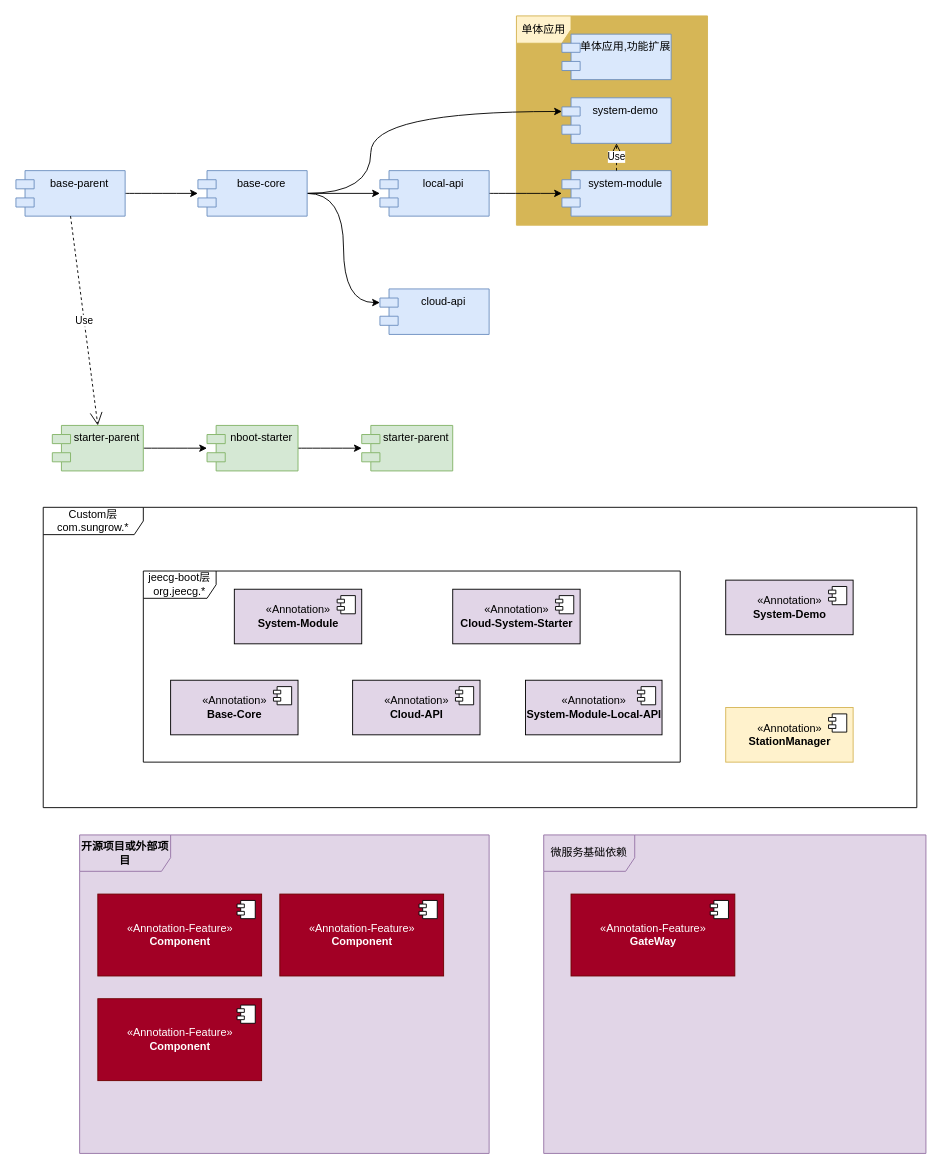
Earlier version of the draw.io diagram page "Page-1" (1 of 2) of ddd.drawio (gg2herry/drawio). Source tidied: cells renumbered, new cells numbered last; positions are measured from the earlier drawing's top-left corner, leaving out a move shared by most shapes. Both pictures are drawn from the tidied source at 91%, with x=0, y=0 at pixel (15, 15).
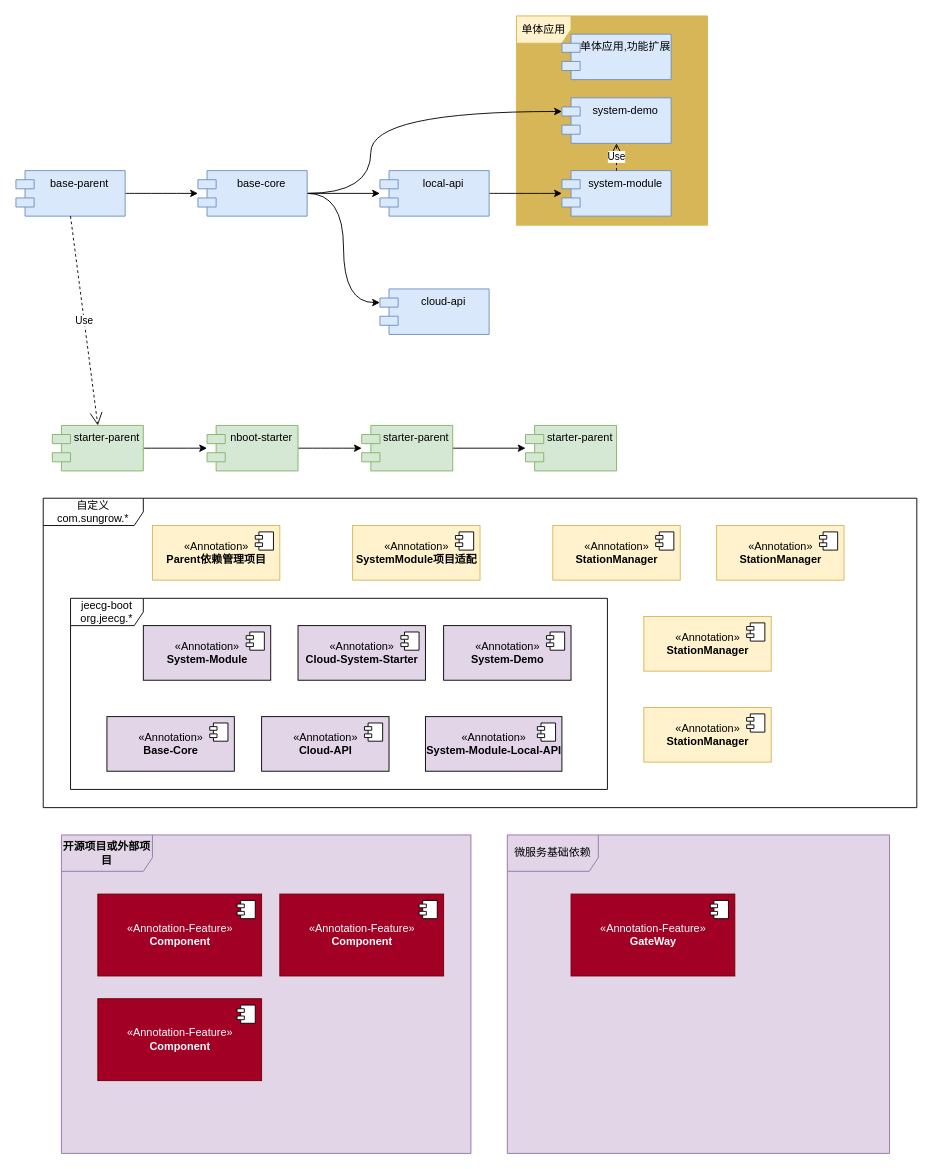
The same page after the edit.

The change refers to these unchanged cells:
```xml
<mxCell id="23" value="starter-parent" style="shape=module;align=left;spacingLeft=20;align=center;verticalAlign=top;shadow=0;fillColor=#d5e8d4;strokeColor=#82b366;" parent="1" vertex="1">
  <mxGeometry x="380" y="450" width="100" height="50" as="geometry" />
</mxCell>
```

The edit, as a diff of the source:
```diff
@@
     <mxCell id="2" value="&lt;b&gt;开源项目或外部项目&lt;/b&gt;" style="shape=umlFrame;whiteSpace=wrap;html=1;shadow=0;strokeColor=#9673a6;swimlaneFillColor=#E1D5E7;fillColor=#E1D5E7;width=100;height=40;" parent="1" vertex="1">
-      <mxGeometry x="70" y="900" width="450" height="350" as="geometry" />
+      <mxGeometry x="50" y="900" width="450" height="350" as="geometry" />
     </mxCell>
-    <mxCell id="3" value="Custom层&lt;br&gt;com.sungrow.*" style="shape=umlFrame;whiteSpace=wrap;html=1;width=110;height=30;" parent="1" vertex="1">
-      <mxGeometry x="30" y="540" width="960" height="330" as="geometry" />
+    <mxCell id="3" value="自定义com.sungrow.*" style="shape=umlFrame;whiteSpace=wrap;html=1;width=110;height=30;" parent="1" vertex="1">
+      <mxGeometry x="30" y="530" width="960" height="340" as="geometry" />
     </mxCell>
-    <mxCell id="4" value="jeecg-boot层&lt;br&gt;org.jeecg.*" style="shape=umlFrame;whiteSpace=wrap;html=1;width=80;height=30;" parent="1" vertex="1">
-      <mxGeometry x="140" y="610" width="590" height="210" as="geometry" />
+    <mxCell id="4" value="jeecg-boot&lt;br&gt;org.jeecg.*" style="shape=umlFrame;whiteSpace=wrap;html=1;width=80;height=30;" parent="1" vertex="1">
+      <mxGeometry x="60" y="640" width="590" height="210" as="geometry" />
     </mxCell>
@@
+    <mxCell id="48" style="edgeStyle=orthogonalEdgeStyle;rounded=0;jettySize=auto;html=1;" parent="1" edge="1" source="23" target="59">
+      <mxGeometry relative="1" as="geometry" />
+    </mxCell>
@@
     <mxCell id="25" value="«Annotation»&lt;br&gt;&lt;b&gt;System-Module&lt;/b&gt;" style="html=1;shadow=0;fillColor=#E1D5E7;gradientColor=none;" parent="1" vertex="1">
-      <mxGeometry x="240" y="630" width="140" height="60" as="geometry" />
+      <mxGeometry x="140" y="670" width="140" height="60" as="geometry" />
     </mxCell>
@@
     <mxCell id="33" value="微服务基础依赖" style="shape=umlFrame;whiteSpace=wrap;html=1;shadow=0;strokeColor=#9673a6;swimlaneFillColor=#E1D5E7;fillColor=#E1D5E7;width=100;height=40;" parent="1" vertex="1">
-      <mxGeometry x="580" y="900" width="420" height="350" as="geometry" />
+      <mxGeometry x="540" y="900" width="420" height="350" as="geometry" />
     </mxCell>
     <mxCell id="34" value="«Annotation»&lt;br&gt;&lt;b&gt;Base-Core&lt;/b&gt;" style="html=1;shadow=0;fillColor=#E1D5E7;gradientColor=none;" parent="1" vertex="1">
-      <mxGeometry x="170" y="730" width="140" height="60" as="geometry" />
+      <mxGeometry x="100" y="770" width="140" height="60" as="geometry" />
     </mxCell>
@@
     <mxCell id="36" value="«Annotation»&lt;br&gt;&lt;b&gt;Cloud-API&lt;/b&gt;" style="html=1;shadow=0;fillColor=#E1D5E7;gradientColor=none;" parent="1" vertex="1">
-      <mxGeometry x="370" y="730" width="140" height="60" as="geometry" />
+      <mxGeometry x="270" y="770" width="140" height="60" as="geometry" />
     </mxCell>
@@
     <mxCell id="38" value="«Annotation»&lt;br&gt;&lt;b&gt;System-Module-Local-API&lt;/b&gt;" style="html=1;shadow=0;fillColor=#E1D5E7;gradientColor=none;" parent="1" vertex="1">
-      <mxGeometry x="560" y="730" width="150" height="60" as="geometry" />
+      <mxGeometry x="450" y="770" width="150" height="60" as="geometry" />
     </mxCell>
@@
     <mxCell id="40" value="«Annotation»&lt;br&gt;&lt;b&gt;Cloud-System-Starter&lt;/b&gt;" style="html=1;shadow=0;fillColor=#E1D5E7;gradientColor=none;" parent="1" vertex="1">
-      <mxGeometry x="480" y="630" width="140" height="60" as="geometry" />
+      <mxGeometry x="310" y="670" width="140" height="60" as="geometry" />
     </mxCell>
@@
     <mxCell id="44" value="«Annotation»&lt;br&gt;&lt;b&gt;System-Demo&lt;/b&gt;" style="html=1;shadow=0;fillColor=#E1D5E7;gradientColor=none;" parent="1" vertex="1">
-      <mxGeometry x="780" y="620" width="140" height="60" as="geometry" />
+      <mxGeometry x="470" y="670" width="140" height="60" as="geometry" />
     </mxCell>
@@
-    <mxCell id="46" value="«Annotation»&lt;br&gt;&lt;b&gt;StationManager&lt;/b&gt;" style="html=1;shadow=0;fillColor=#fff2cc;strokeColor=#d6b656;" parent="1" vertex="1">
-      <mxGeometry x="780" y="760" width="140" height="60" as="geometry" />
+    <mxCell id="46" value="«Annotation»&lt;br&gt;&lt;b&gt;Parent依赖管理项目&lt;/b&gt;" style="html=1;shadow=0;fillColor=#fff2cc;strokeColor=#d6b656;" parent="1" vertex="1">
+      <mxGeometry x="150" y="560" width="140" height="60" as="geometry" />
     </mxCell>
@@
+    <mxCell id="49" value="«Annotation»&lt;br&gt;&lt;b&gt;SystemModule项目适配&lt;/b&gt;" style="html=1;shadow=0;fillColor=#fff2cc;strokeColor=#d6b656;" parent="1" vertex="1">
+      <mxGeometry x="370" y="560" width="140" height="60" as="geometry" />
+    </mxCell>
+    <mxCell id="50" style="shape=module;jettyWidth=8;jettyHeight=4;" parent="49" vertex="1">
+      <mxGeometry x="1" width="20" height="20" relative="1" as="geometry">
+        <mxPoint x="-27" y="7" as="offset" />
+      </mxGeometry>
+    </mxCell>
+    <mxCell id="51" value="«Annotation»&lt;br&gt;&lt;b&gt;StationManager&lt;/b&gt;" style="html=1;shadow=0;fillColor=#fff2cc;strokeColor=#d6b656;" parent="1" vertex="1">
+      <mxGeometry x="590" y="560" width="140" height="60" as="geometry" />
+    </mxCell>
+    <mxCell id="52" style="shape=module;jettyWidth=8;jettyHeight=4;" parent="51" vertex="1">
+      <mxGeometry x="1" width="20" height="20" relative="1" as="geometry">
+        <mxPoint x="-27" y="7" as="offset" />
+      </mxGeometry>
+    </mxCell>
+    <mxCell id="53" value="«Annotation»&lt;br&gt;&lt;b&gt;StationManager&lt;/b&gt;" style="html=1;shadow=0;fillColor=#fff2cc;strokeColor=#d6b656;" parent="1" vertex="1">
+      <mxGeometry x="770" y="560" width="140" height="60" as="geometry" />
+    </mxCell>
+    <mxCell id="54" style="shape=module;jettyWidth=8;jettyHeight=4;" parent="53" vertex="1">
+      <mxGeometry x="1" width="20" height="20" relative="1" as="geometry">
+        <mxPoint x="-27" y="7" as="offset" />
+      </mxGeometry>
+    </mxCell>
+    <mxCell id="55" value="«Annotation»&lt;br&gt;&lt;b&gt;StationManager&lt;/b&gt;" style="html=1;shadow=0;fillColor=#fff2cc;strokeColor=#d6b656;" parent="1" vertex="1">
+      <mxGeometry x="690" y="660" width="140" height="60" as="geometry" />
+    </mxCell>
+    <mxCell id="56" style="shape=module;jettyWidth=8;jettyHeight=4;" parent="55" vertex="1">
+      <mxGeometry x="1" width="20" height="20" relative="1" as="geometry">
+        <mxPoint x="-27" y="7" as="offset" />
+      </mxGeometry>
+    </mxCell>
+    <mxCell id="57" value="«Annotation»&lt;br&gt;&lt;b&gt;StationManager&lt;/b&gt;" style="html=1;shadow=0;fillColor=#fff2cc;strokeColor=#d6b656;" parent="1" vertex="1">
+      <mxGeometry x="690" y="760" width="140" height="60" as="geometry" />
+    </mxCell>
+    <mxCell id="58" style="shape=module;jettyWidth=8;jettyHeight=4;" parent="57" vertex="1">
+      <mxGeometry x="1" width="20" height="20" relative="1" as="geometry">
+        <mxPoint x="-27" y="7" as="offset" />
+      </mxGeometry>
+    </mxCell>
+    <mxCell id="59" value="starter-parent" style="shape=module;align=left;spacingLeft=20;align=center;verticalAlign=top;shadow=0;fillColor=#d5e8d4;strokeColor=#82b366;" parent="1" vertex="1">
+      <mxGeometry x="560" y="450" width="100" height="50" as="geometry" />
+    </mxCell>
```
